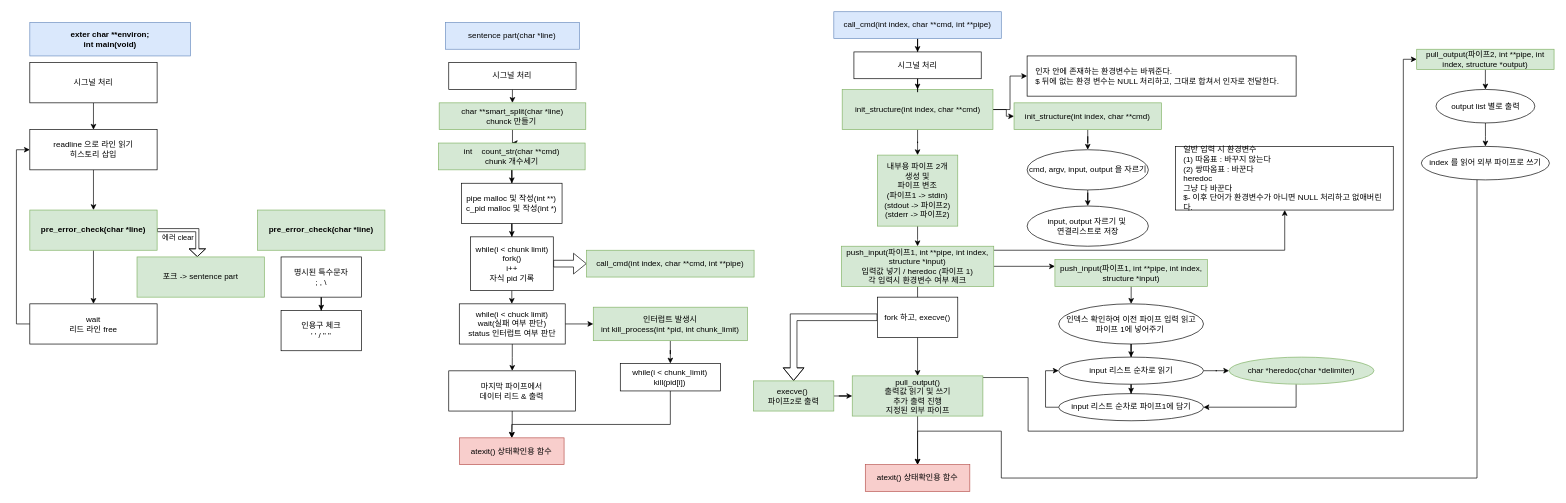
This is page "세부 로직도" (2 of 2) of Minishell.drawio from Eingerjar/Minishell, a draw.io file, before an edit. Source tidied: cells renumbered, new cells numbered last; positions are measured from the earlier drawing's top-left corner, leaving out a move shared by most shapes. Both pictures are drawn from the tidied source at 67%, with x=0, y=0 at pixel (16, 11).
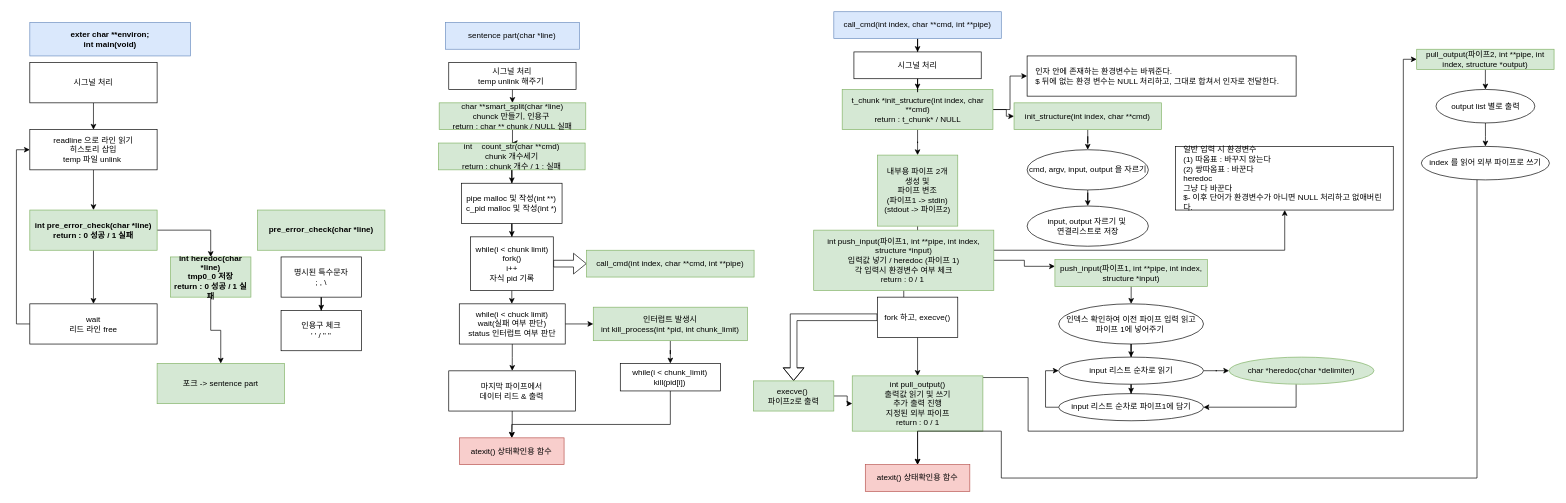
The same page after the edit.

Commit message:
Modify : Minishell UML

Change to the diagram source:
```diff
@@
-    <mxCell id="6" value="readline 으로 라인 읽기&lt;br&gt;히스토리 삽입" style="rounded=0;whiteSpace=wrap;html=1;" parent="1" vertex="1">
+    <mxCell id="6" value="readline 으로 라인 읽기&lt;br&gt;히스토리 삽입&lt;br&gt;temp 파일 unlink&amp;nbsp;" style="rounded=0;whiteSpace=wrap;html=1;" parent="1" vertex="1">
       <mxGeometry x="20" y="176" width="190" height="60" as="geometry" />
     </mxCell>
@@
-    <mxCell id="8" style="edgeStyle=orthogonalEdgeStyle;rounded=0;jettySize=auto;html=1;shape=flexArrow;width=4.666666666666667;endSize=3.5533333333333332;endWidth=18.88888888888889;" parent="1" edge="1" source="10" target="11">
-      <mxGeometry relative="1" as="geometry">
-        <Array as="points">
-          <mxPoint x="270" y="326" />
-        </Array>
-      </mxGeometry>
-    </mxCell>
-    <mxCell id="9" value="에러 clear" style="edgeLabel;html=1;align=center;verticalAlign=middle;" parent="8" vertex="1">
-      <mxGeometry x="0.14" y="3" relative="1" as="geometry">
-        <mxPoint x="-27" y="13" as="offset" />
-      </mxGeometry>
-    </mxCell>
+    <mxCell id="88" style="edgeStyle=orthogonalEdgeStyle;rounded=0;jettySize=auto;html=1;" parent="1" edge="1" source="10" target="90">
+      <mxGeometry relative="1" as="geometry" />
+    </mxCell>
-    <mxCell id="10" value="pre_error_check(char *line)" style="rounded=0;whiteSpace=wrap;html=1;fillColor=#d5e8d4;strokeColor=#82b366;fontStyle=1;" parent="1" vertex="1">
+    <mxCell id="10" value="int pre_error_check(char *line)&lt;br&gt;return : 0 성공 / 1 실패" style="rounded=0;whiteSpace=wrap;html=1;fillColor=#d5e8d4;strokeColor=#82b366;fontStyle=1;" parent="1" vertex="1">
       <mxGeometry x="20" y="296" width="190" height="60" as="geometry" />
     </mxCell>
     <mxCell id="11" value="포크 -&amp;gt; sentence part" style="rounded=0;whiteSpace=wrap;html=1;fillColor=#d5e8d4;strokeColor=#82b366;" parent="1" vertex="1">
-      <mxGeometry x="180" y="366" width="190" height="60" as="geometry" />
+      <mxGeometry x="210" y="525" width="190" height="60" as="geometry" />
     </mxCell>
@@
-    <mxCell id="20" value="char&lt;span style=&quot;white-space: pre;&quot;&gt;&#9;&lt;/span&gt;**smart_split(char *line)&lt;br&gt;chunck 만들기&amp;nbsp;" style="rounded=0;whiteSpace=wrap;html=1;fillColor=#d5e8d4;strokeColor=#82b366;" parent="1" vertex="1">
+    <mxCell id="20" value="char&lt;span style=&quot;white-space: pre;&quot;&gt;&#9;&lt;/span&gt;**smart_split(char *line)&lt;br&gt;chunck 만들기, 인용구&amp;nbsp;&lt;br&gt;return : char ** chunk / NULL 실패" style="rounded=0;whiteSpace=wrap;html=1;fillColor=#d5e8d4;strokeColor=#82b366;" parent="1" vertex="1">
       <mxGeometry x="631" y="136" width="218.8" height="40" as="geometry" />
     </mxCell>
@@
-    <mxCell id="22" value="int&lt;span style=&quot;white-space: pre;&quot;&gt;&#9;&lt;/span&gt;count_str(char **cmd)&lt;br&gt;chunk 개수세기" style="rounded=0;whiteSpace=wrap;html=1;fillColor=#d5e8d4;strokeColor=#82b366;" parent="1" vertex="1">
+    <mxCell id="22" value="int&lt;span style=&quot;white-space: pre;&quot;&gt;&#9;&lt;/span&gt;count_str(char **cmd)&lt;br&gt;chunk 개수세기&lt;br&gt;return : chunk 개수 / 1 : 실패" style="rounded=0;whiteSpace=wrap;html=1;fillColor=#d5e8d4;strokeColor=#82b366;" parent="1" vertex="1">
       <mxGeometry x="630" y="196" width="218.8" height="40" as="geometry" />
     </mxCell>
@@
-    <mxCell id="30" value="시그널 처리" style="rounded=0;whiteSpace=wrap;html=1;" parent="1" vertex="1">
+    <mxCell id="30" value="시그널 처리&lt;br&gt;temp unlink 해주기&amp;nbsp;" style="rounded=0;whiteSpace=wrap;html=1;" parent="1" vertex="1">
       <mxGeometry x="645.3" y="76" width="190" height="40" as="geometry" />
     </mxCell>
@@
-    <mxCell id="46" value="init_structure(int index, char **cmd)" style="whiteSpace=wrap;html=1;rounded=0;fillColor=#d5e8d4;strokeColor=#82b366;" parent="1" vertex="1">
+    <mxCell id="46" value="t_chunk *init_structure(int index, char **cmd)&lt;br&gt;return : t_chunk* / NULL" style="whiteSpace=wrap;html=1;rounded=0;fillColor=#d5e8d4;strokeColor=#82b366;" parent="1" vertex="1">
       <mxGeometry x="1232.5" y="116" width="225" height="60" as="geometry" />
     </mxCell>
@@
-    <mxCell id="48" value="내부용 파이프 2개&lt;br&gt;생성 및&lt;br&gt;파이프 변조&lt;br&gt;(파이프1 -&amp;gt; stdin)&lt;br&gt;(stdout -&amp;gt; 파이프2)&lt;br&gt;(stderr -&amp;gt; 파이프2)" style="whiteSpace=wrap;html=1;rounded=0;fillColor=#d5e8d4;strokeColor=#82b366;" parent="1" vertex="1">
+    <mxCell id="48" value="내부용 파이프 2개&lt;br&gt;생성 및&lt;br&gt;파이프 변조&lt;br&gt;(파이프1 -&amp;gt; stdin)&lt;br&gt;(stdout -&amp;gt; 파이프2)" style="whiteSpace=wrap;html=1;rounded=0;fillColor=#d5e8d4;strokeColor=#82b366;" parent="1" vertex="1">
       <mxGeometry x="1285" y="214" width="120" height="106" as="geometry" />
     </mxCell>
@@
-    <mxCell id="52" value="push_input(파이프1, int **pipe, int index, structure *input)&lt;br&gt;입력값 넣기 / heredoc (파이프 1)&lt;br&gt;각 입력시 환경변수 여부 체크" style="whiteSpace=wrap;html=1;rounded=0;fillColor=#d5e8d4;strokeColor=#82b366;" parent="1" vertex="1">
-      <mxGeometry x="1231.2" y="350" width="227.5" height="60" as="geometry" />
+    <mxCell id="52" value="int push_input(파이프1, int **pipe, int index, structure *input)&lt;br&gt;입력값 넣기 / heredoc (파이프 1)&lt;br&gt;각 입력시 환경변수 여부 체크&lt;br&gt;return : 0 / 1&amp;nbsp;" style="whiteSpace=wrap;html=1;rounded=0;fillColor=#d5e8d4;strokeColor=#82b366;" parent="1" vertex="1">
+      <mxGeometry x="1190" y="326" width="268.8" height="90" as="geometry" />
     </mxCell>
@@
-    <mxCell id="58" value="pull_output()&lt;br&gt;출력값 읽기 및 쓰기&lt;br&gt;추가 출력 진행&lt;br&gt;지정된 외부 파이프" style="whiteSpace=wrap;html=1;rounded=0;fillColor=#d5e8d4;strokeColor=#82b366;" parent="1" vertex="1">
-      <mxGeometry x="1247.5" y="543.5" width="195" height="60" as="geometry" />
+    <mxCell id="58" value="int pull_output()&lt;br&gt;출력값 읽기 및 쓰기&lt;br&gt;추가 출력 진행&lt;br&gt;지정된 외부 파이프&lt;br&gt;return : 0 / 1" style="whiteSpace=wrap;html=1;rounded=0;fillColor=#d5e8d4;strokeColor=#82b366;" parent="1" vertex="1">
+      <mxGeometry x="1247.5" y="543.5" width="195" height="82.5" as="geometry" />
     </mxCell>
@@
+    <mxCell id="89" style="edgeStyle=orthogonalEdgeStyle;rounded=0;jettySize=auto;html=1;" parent="1" edge="1" source="90" target="11">
+      <mxGeometry relative="1" as="geometry" />
+    </mxCell>
+    <mxCell id="90" value="int heredoc(char *line)&lt;br&gt;tmp0_0 저장&lt;br&gt;return : 0 성공 / 1 실패" style="whiteSpace=wrap;html=1;fillColor=#d5e8d4;strokeColor=#82b366;rounded=0;fontStyle=1;" parent="1" vertex="1">
+      <mxGeometry x="230" y="366" width="120" height="60" as="geometry" />
+    </mxCell>
```
